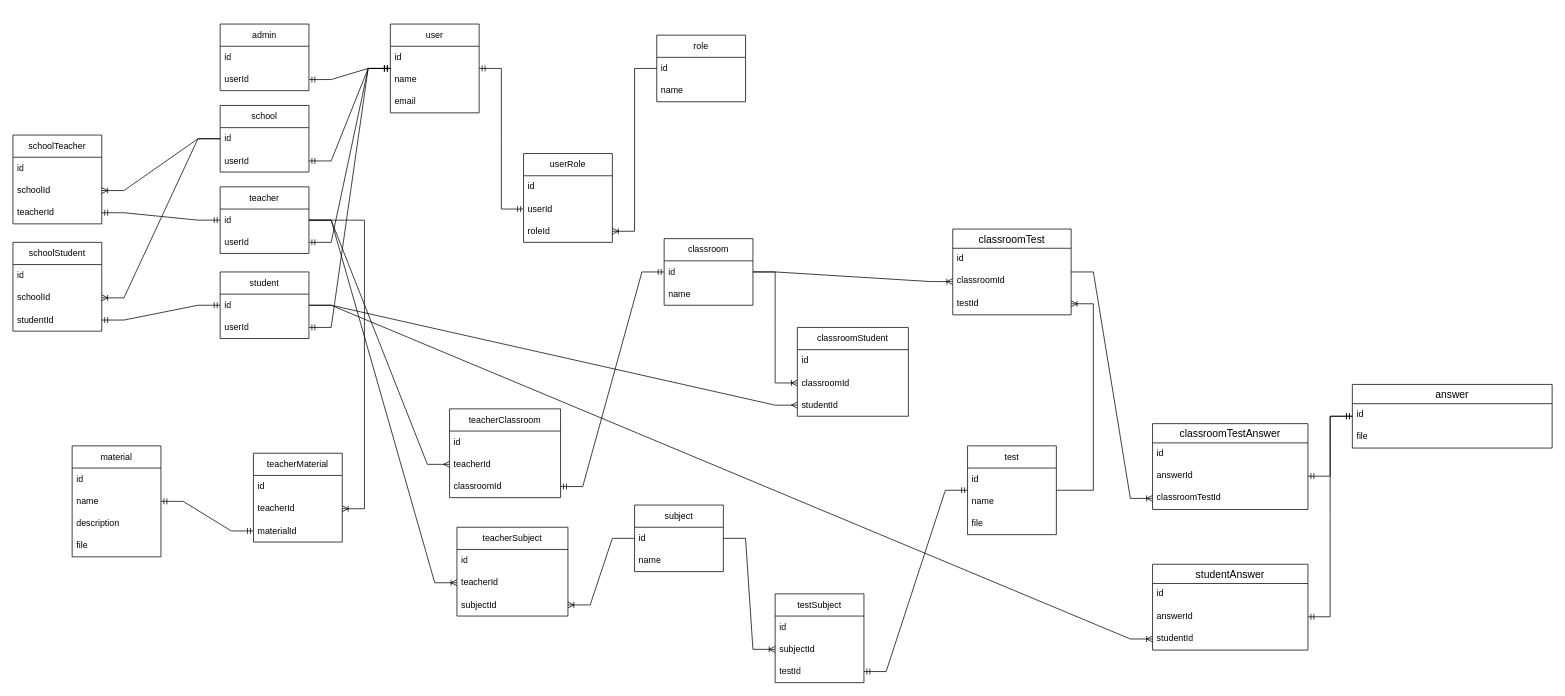
weekkkk/school keeps this draw.io diagram as .diagrams/db.drawio. Above is the earlier version. Source tidied: cells renumbered, new cells numbered last; positions are measured from the earlier drawing's top-left corner, leaving out a move shared by most shapes. Both pictures are drawn from the tidied source at 74%, with x=0, y=0 at pixel (13, 24).
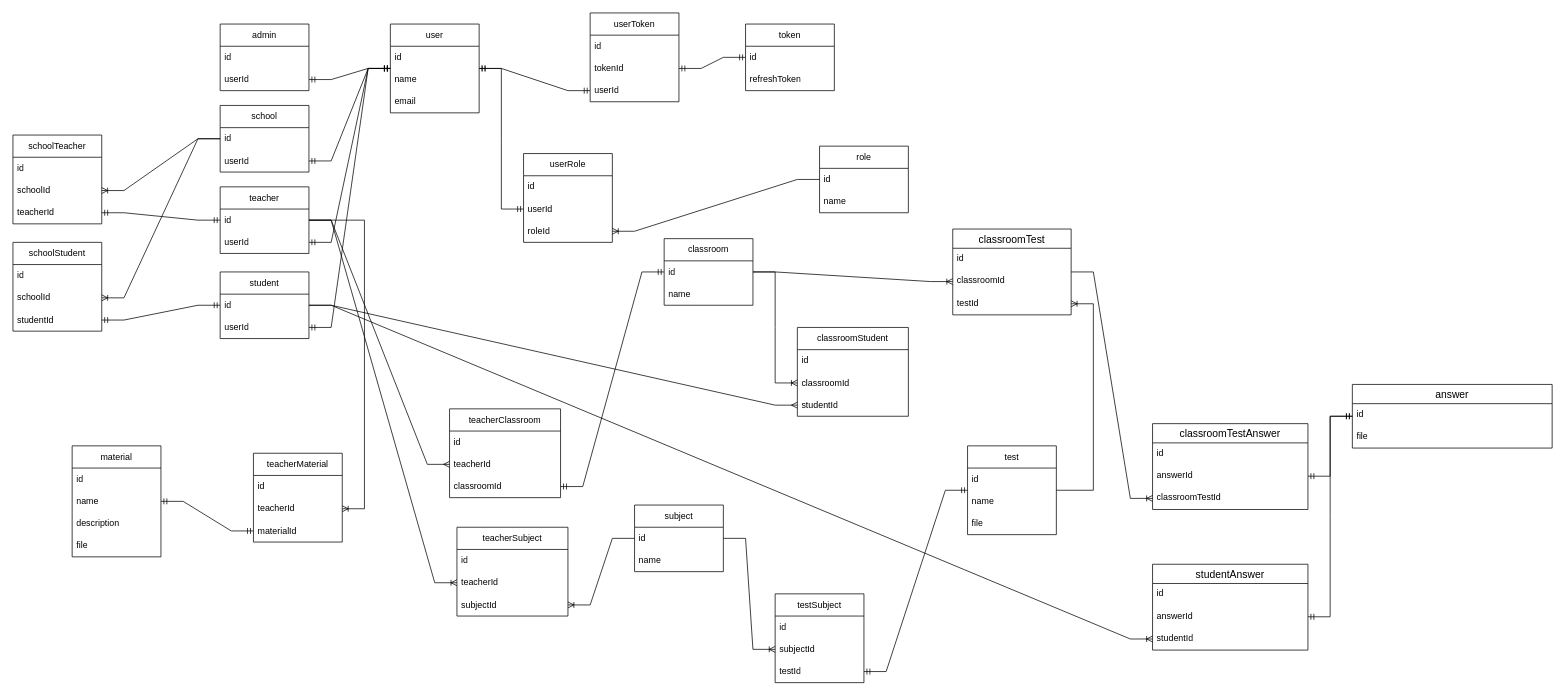
The same diagram, later.

Unchanged cells that the change refers to:
```xml
<mxCell id="2" value="user" style="swimlane;fontStyle=0;horizontal=1;startSize=30;whiteSpace=wrap;html=1;" parent="1" vertex="1">
  <mxGeometry x="510" width="120" height="120" as="geometry" />
</mxCell>
```

Change to the diagram source:
```diff
@@
     <mxCell id="10" value="role" style="swimlane;fontStyle=0;horizontal=1;startSize=30;whiteSpace=wrap;html=1;" parent="1" vertex="1">
-      <mxGeometry x="870" y="15" width="120" height="90" as="geometry" />
+      <mxGeometry x="1090" y="165" width="120" height="90" as="geometry" />
     </mxCell>
@@
+    <mxCell id="109" value="token" style="swimlane;fontStyle=0;horizontal=1;startSize=30;whiteSpace=wrap;html=1;" parent="1" vertex="1">
+      <mxGeometry x="990" width="120" height="90" as="geometry" />
+    </mxCell>
+    <mxCell id="110" value="id" style="text;strokeColor=none;fillColor=none;align=left;verticalAlign=middle;spacingLeft=4;spacingRight=4;overflow=hidden;whiteSpace=wrap;html=1;" parent="109" vertex="1">
+      <mxGeometry y="30" width="120" height="30" as="geometry" />
+    </mxCell>
+    <mxCell id="111" value="refreshToken" style="text;strokeColor=none;fillColor=none;align=left;verticalAlign=middle;spacingLeft=4;spacingRight=4;overflow=hidden;whiteSpace=wrap;html=1;" parent="109" vertex="1">
+      <mxGeometry y="60" width="120" height="30" as="geometry" />
+    </mxCell>
+    <mxCell id="112" value="userToken" style="swimlane;fontStyle=0;horizontal=1;startSize=30;whiteSpace=wrap;html=1;" parent="1" vertex="1">
+      <mxGeometry x="780" y="-15" width="120" height="120" as="geometry" />
+    </mxCell>
+    <mxCell id="113" value="id" style="text;strokeColor=none;fillColor=none;align=left;verticalAlign=middle;spacingLeft=4;spacingRight=4;overflow=hidden;whiteSpace=wrap;html=1;" parent="112" vertex="1">
+      <mxGeometry y="30" width="120" height="30" as="geometry" />
+    </mxCell>
+    <mxCell id="114" value="tokenId" style="text;strokeColor=none;fillColor=none;align=left;verticalAlign=middle;spacingLeft=4;spacingRight=4;overflow=hidden;points=[[0,0.5],[1,0.5]];portConstraint=eastwest;whiteSpace=wrap;html=1;" parent="112" vertex="1">
+      <mxGeometry y="60" width="120" height="30" as="geometry" />
+    </mxCell>
+    <mxCell id="115" value="userId" style="text;strokeColor=none;fillColor=none;align=left;verticalAlign=middle;spacingLeft=4;spacingRight=4;overflow=hidden;points=[[0,0.5],[1,0.5]];portConstraint=eastwest;whiteSpace=wrap;html=1;" parent="112" vertex="1">
+      <mxGeometry y="90" width="120" height="30" as="geometry" />
+    </mxCell>
+    <mxCell id="116" style="edgeStyle=entityRelationEdgeStyle;fontSize=12;html=1;endArrow=ERmandOne;startArrow=ERmandOne;rounded=0;" parent="1" edge="1" source="2" target="115">
+      <mxGeometry relative="1" as="geometry" />
+    </mxCell>
+    <mxCell id="117" style="edgeStyle=entityRelationEdgeStyle;fontSize=12;html=1;endArrow=ERmandOne;startArrow=ERmandOne;rounded=0;" parent="1" edge="1" source="114" target="109">
+      <mxGeometry relative="1" as="geometry" />
+    </mxCell>
```
